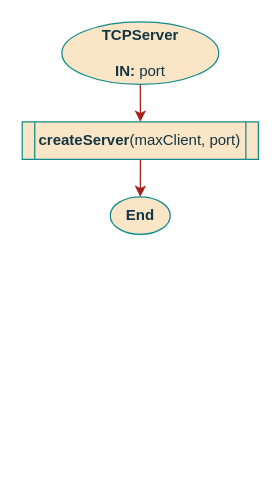
Above: page "Cons_TCPServer" (6 of 14) of documentation/flowcharts/RS/RS.drawio in ESRGgroup9/slipad (draw.io), before the change. Source tidied: cells renumbered, new cells numbered last; positions are measured from the earlier drawing's top-left corner, leaving out a move shared by most shapes. Both pictures are drawn from the tidied source at 125%, with x=0, y=0 at pixel (21, 21).
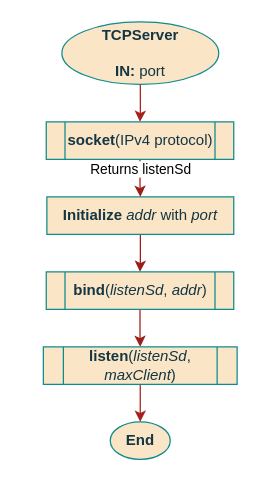
Above is the later version.

Diff of the diagram source:
```diff
@@
 <mxGraphModel>
   <root>
     <mxCell id="0" />
     <mxCell id="1" parent="0" />
-    <mxCell id="2" style="edgeStyle=orthogonalEdgeStyle;rounded=0;jettySize=auto;html=1;strokeColor=#A8201A;labelBackgroundColor=#DAD2D8;fontColor=#143642;entryX=0.5;entryY=0;entryDx=0;entryDy=0;" parent="1" edge="1" source="3" target="7">
+    <mxCell id="2" style="edgeStyle=orthogonalEdgeStyle;rounded=0;jettySize=auto;html=1;strokeColor=#A8201A;labelBackgroundColor=#DAD2D8;fontColor=#143642;" parent="1" edge="1" source="3" target="11">
       <mxGeometry relative="1" as="geometry" />
     </mxCell>
     <mxCell id="3" value="&lt;div&gt;TCPServer&lt;/div&gt;&lt;div&gt;&lt;br&gt;&lt;/div&gt;IN: &lt;span style=&quot;font-weight: normal&quot;&gt;port &lt;/span&gt;" style="ellipse;whiteSpace=wrap;html=1;fillColor=#FAE5C7;strokeColor=#0F8B8D;fontColor=#143642;fontStyle=1;" parent="1" vertex="1">
       <mxGeometry x="32" width="125.5" height="50" as="geometry" />
     </mxCell>
     <mxCell id="4" value="End" style="ellipse;whiteSpace=wrap;html=1;fillColor=#FAE5C7;strokeColor=#0F8B8D;fontColor=#143642;fontStyle=1;" parent="1" vertex="1">
-      <mxGeometry x="70.7" y="140" width="48" height="30" as="geometry" />
+      <mxGeometry x="70.7" y="320" width="48" height="30" as="geometry" />
     </mxCell>
     <mxCell id="5" style="edgeStyle=orthogonalEdgeStyle;rounded=0;orthogonalLoop=1;jettySize=auto;html=1;strokeColor=#A8201A;labelBackgroundColor=#DAD2D8;fontColor=#143642;" parent="1" edge="1">
       <mxGeometry relative="1" as="geometry">
         <mxPoint x="398.2" y="140" as="targetPoint" />
       </mxGeometry>
     </mxCell>
-    <mxCell id="6" style="edgeStyle=orthogonalEdgeStyle;curved=0;rounded=1;sketch=0;jettySize=auto;html=1;fontColor=#143642;strokeColor=#A8201A;fillColor=#FAE5C7;" parent="1" edge="1" source="7" target="4">
+    <mxCell id="6" style="edgeStyle=orthogonalEdgeStyle;curved=0;rounded=1;sketch=0;jettySize=auto;html=1;fontColor=#143642;strokeColor=#A8201A;fillColor=#FAE5C7;" parent="1" edge="1" source="14" target="4">
       <mxGeometry relative="1" as="geometry" />
     </mxCell>
-    <mxCell id="7" value="createServer&lt;span style=&quot;font-weight: normal&quot;&gt;(maxClient, port)&lt;/span&gt;" style="shape=process;whiteSpace=wrap;html=1;backgroundOutline=1;rounded=0;sketch=0;fontColor=#143642;strokeColor=#0F8B8D;fillColor=#FAE5C7;fontStyle=1;size=0.052946471117700004;" parent="1" vertex="1">
-      <mxGeometry x="0.3" y="80" width="188.9" height="30" as="geometry" />
-    </mxCell>
+    <mxCell id="8" style="edgeStyle=orthogonalEdgeStyle;rounded=0;jettySize=auto;html=1;strokeColor=#9C1E18;" parent="1" edge="1" source="9" target="13">
+      <mxGeometry relative="1" as="geometry" />
+    </mxCell>
+    <mxCell id="9" value="&lt;b&gt;Initialize&lt;/b&gt; &lt;i&gt;addr&lt;/i&gt; with &lt;i&gt;port&lt;/i&gt;" style="rounded=0;whiteSpace=wrap;html=1;sketch=0;fontColor=#143642;strokeColor=#0F8B8D;fillColor=#FAE5C7;" parent="1" vertex="1">
+      <mxGeometry x="20" y="140" width="149.5" height="30" as="geometry" />
+    </mxCell>
+    <mxCell id="10" value="Returns listenSd" style="edgeStyle=orthogonalEdgeStyle;rounded=0;jettySize=auto;html=1;strokeColor=#9C1E18;" parent="1" edge="1" source="11" target="9">
+      <mxGeometry x="-0.5" relative="1" as="geometry" />
+    </mxCell>
+    <mxCell id="11" value="socket&lt;span style=&quot;font-weight: normal&quot;&gt;(IPv4 protocol)&lt;/span&gt;" style="shape=process;whiteSpace=wrap;html=1;backgroundOutline=1;rounded=0;sketch=0;fontColor=#143642;strokeColor=#0F8B8D;fillColor=#FAE5C7;fontStyle=1;" parent="1" vertex="1">
+      <mxGeometry x="19.5" y="80" width="150" height="30" as="geometry" />
+    </mxCell>
+    <mxCell id="12" style="edgeStyle=orthogonalEdgeStyle;rounded=0;jettySize=auto;html=1;strokeColor=#9C1E18;" parent="1" edge="1" source="13" target="14">
+      <mxGeometry relative="1" as="geometry" />
+    </mxCell>
+    <mxCell id="13" value="bind&lt;span style=&quot;font-weight: normal&quot;&gt;(&lt;i&gt;listenSd&lt;/i&gt;, &lt;i&gt;addr&lt;/i&gt;)&lt;/span&gt;" style="shape=process;whiteSpace=wrap;html=1;backgroundOutline=1;rounded=0;sketch=0;fontColor=#143642;strokeColor=#0F8B8D;fillColor=#FAE5C7;fontStyle=1;" parent="1" vertex="1">
+      <mxGeometry x="19.5" y="200" width="150" height="30" as="geometry" />
+    </mxCell>
+    <mxCell id="14" value="&lt;span class=&quot;pl-c1&quot;&gt;listen&lt;/span&gt;&lt;span style=&quot;font-weight: normal&quot;&gt;(&lt;i&gt;listenSd&lt;/i&gt;, &lt;i&gt;maxClient&lt;/i&gt;) &lt;/span&gt;&lt;span style=&quot;font-weight: normal&quot;&gt;&lt;/span&gt;" style="shape=process;whiteSpace=wrap;html=1;backgroundOutline=1;rounded=0;sketch=0;fontColor=#143642;strokeColor=#0F8B8D;fillColor=#FAE5C7;fontStyle=1;" parent="1" vertex="1">
+      <mxGeometry x="17.2" y="260" width="155" height="30" as="geometry" />
+    </mxCell>
   </root>
 </mxGraphModel>
```
